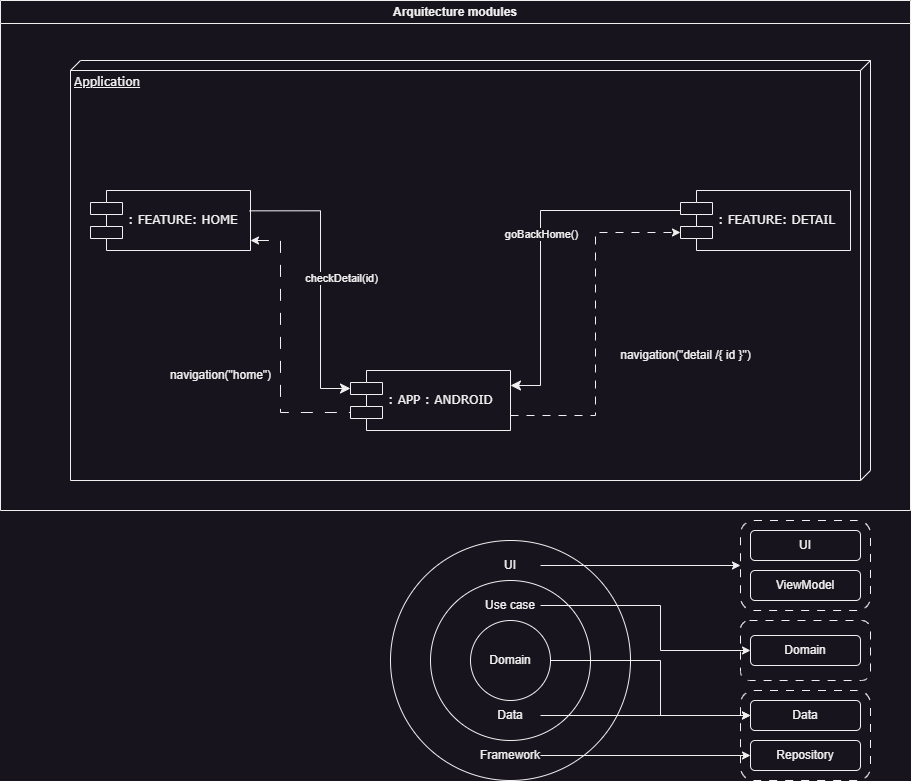
The draw.io diagram img_diagrams/DiagramaArquitectura.drawio.png in DavidCombita/VideoGames, before a commit. Source tidied: cells renumbered, new cells last; positions are measured from the earlier drawing's top-left corner, leaving out a move shared by most shapes. Its diagram source:
```xml
<mxGraphModel>
  <root>
    <mxCell id="0" />
    <mxCell id="1" parent="0" />
    <mxCell id="2" style="rounded=1;whiteSpace=wrap;html=1;dashed=1;dashPattern=8 8;" parent="1" vertex="1">
      <mxGeometry x="740" y="520" width="130" height="90" as="geometry" />
    </mxCell>
    <mxCell id="3" value="Domain" style="ellipse;whiteSpace=wrap;html=1;" parent="1" vertex="1">
      <mxGeometry x="390" y="540" width="240" height="240" as="geometry" />
    </mxCell>
    <mxCell id="4" value="Domain" style="ellipse;whiteSpace=wrap;html=1;" parent="1" vertex="1">
      <mxGeometry x="430" y="580" width="160" height="160" as="geometry" />
    </mxCell>
    <mxCell id="5" value="Application" style="verticalAlign=top;align=left;spacingTop=8;spacingLeft=2;spacingRight=12;shape=cube;size=10;direction=south;fontStyle=4;html=1;rounded=0;shadow=0;comic=0;labelBackgroundColor=none;strokeWidth=1;fontFamily=Verdana;fontSize=12;" parent="1" vertex="1">
      <mxGeometry x="70" y="60" width="800" height="420" as="geometry" />
    </mxCell>
    <mxCell id="6" value=": FEATURE: HOME" style="shape=component;align=left;spacingLeft=36;rounded=0;shadow=0;comic=0;labelBackgroundColor=none;strokeWidth=1;fontFamily=Verdana;fontSize=12;html=1;" parent="1" vertex="1">
      <mxGeometry x="90" y="190" width="160" height="60" as="geometry" />
    </mxCell>
    <mxCell id="7" style="edgeStyle=orthogonalEdgeStyle;rounded=0;html=1;labelBackgroundColor=none;startArrow=classic;startFill=1;startSize=8;endArrow=none;endFill=0;endSize=16;fontFamily=Verdana;fontSize=12;exitX=0;exitY=0.3;exitDx=0;exitDy=0;entryX=0.994;entryY=0.339;entryDx=0;entryDy=0;entryPerimeter=0;" parent="1" edge="1" source="12" target="6">
      <mxGeometry relative="1" as="geometry">
        <Array as="points">
          <mxPoint x="320" y="388" />
          <mxPoint x="320" y="210" />
        </Array>
      </mxGeometry>
    </mxCell>
    <mxCell id="8" value="checkDetail(id)" style="edgeLabel;html=1;align=center;verticalAlign=middle;" parent="7" vertex="1">
      <mxGeometry x="0.05" y="1" relative="1" as="geometry">
        <mxPoint x="21" y="5" as="offset" />
      </mxGeometry>
    </mxCell>
    <mxCell id="9" style="edgeStyle=orthogonalEdgeStyle;rounded=0;jettySize=auto;html=1;entryX=0;entryY=0.7;entryDx=0;entryDy=0;endArrow=none;endFill=0;startArrow=classic;startFill=1;dashed=1;dashPattern=12 12;" parent="1" edge="1" target="12">
      <mxGeometry relative="1" as="geometry">
        <mxPoint x="250" y="240" as="sourcePoint" />
        <Array as="points">
          <mxPoint x="250" y="240" />
          <mxPoint x="280" y="240" />
          <mxPoint x="280" y="412" />
        </Array>
      </mxGeometry>
    </mxCell>
    <mxCell id="10" value="navigation(&quot;home&quot;)" style="text;html=1;align=center;verticalAlign=middle;strokeColor=none;fillColor=none;" parent="1" vertex="1">
      <mxGeometry x="160" y="360" width="120" height="30" as="geometry" />
    </mxCell>
    <mxCell id="11" value="Arquitecture modules" style="swimlane;whiteSpace=wrap;html=1;" parent="1" vertex="1">
      <mxGeometry width="910" height="510" as="geometry" />
    </mxCell>
    <mxCell id="12" value=": APP : ANDROID" style="shape=component;align=left;spacingLeft=36;rounded=0;shadow=0;comic=0;labelBackgroundColor=none;strokeWidth=1;fontFamily=Verdana;fontSize=12;html=1;" parent="11" vertex="1">
      <mxGeometry x="350" y="370" width="160" height="60" as="geometry" />
    </mxCell>
    <mxCell id="13" value=": FEATURE: DETAIL" style="shape=component;align=left;spacingLeft=36;rounded=0;shadow=0;comic=0;labelBackgroundColor=none;strokeWidth=1;fontFamily=Verdana;fontSize=12;html=1;" parent="11" vertex="1">
      <mxGeometry x="680" y="190" width="170" height="60" as="geometry" />
    </mxCell>
    <mxCell id="14" style="edgeStyle=orthogonalEdgeStyle;rounded=0;html=1;labelBackgroundColor=none;startArrow=classic;startFill=1;startSize=8;endArrow=none;endFill=0;endSize=16;fontFamily=Verdana;fontSize=12;exitX=1;exitY=0.25;exitDx=0;exitDy=0;entryX=0;entryY=0.3;entryDx=0;entryDy=0;" parent="11" edge="1" source="12" target="13">
      <mxGeometry relative="1" as="geometry">
        <Array as="points">
          <mxPoint x="540" y="385" />
          <mxPoint x="540" y="210" />
          <mxPoint x="680" y="210" />
        </Array>
      </mxGeometry>
    </mxCell>
    <mxCell id="15" value="goBackHome()" style="edgeLabel;html=1;align=center;verticalAlign=middle;" parent="14" vertex="1">
      <mxGeometry x="0.05" relative="1" as="geometry" />
    </mxCell>
    <mxCell id="16" value="navigation(&quot;detail /{ id }&quot;)" style="text;html=1;align=center;verticalAlign=middle;strokeColor=none;fillColor=none;" parent="11" vertex="1">
      <mxGeometry x="610" y="340" width="150" height="30" as="geometry" />
    </mxCell>
    <mxCell id="17" style="edgeStyle=orthogonalEdgeStyle;rounded=0;jettySize=auto;html=1;entryX=0;entryY=0.7;entryDx=0;entryDy=0;dashed=1;dashPattern=8 8;exitX=1;exitY=0.75;exitDx=0;exitDy=0;" parent="11" edge="1" source="12" target="13">
      <mxGeometry relative="1" as="geometry" />
    </mxCell>
    <mxCell id="18" value="Domain" style="ellipse;whiteSpace=wrap;html=1;" parent="1" vertex="1">
      <mxGeometry x="470" y="620" width="80" height="80" as="geometry" />
    </mxCell>
    <mxCell id="19" value="Use case" style="text;html=1;strokeColor=none;fillColor=none;align=center;verticalAlign=middle;whiteSpace=wrap;rounded=0;" parent="1" vertex="1">
      <mxGeometry x="480" y="590" width="60" height="30" as="geometry" />
    </mxCell>
    <mxCell id="20" value="Data" style="text;html=1;strokeColor=none;fillColor=none;align=center;verticalAlign=middle;whiteSpace=wrap;rounded=0;" parent="1" vertex="1">
      <mxGeometry x="480" y="700" width="60" height="30" as="geometry" />
    </mxCell>
    <mxCell id="21" value="UI" style="text;html=1;strokeColor=none;fillColor=none;align=center;verticalAlign=middle;whiteSpace=wrap;rounded=0;" parent="1" vertex="1">
      <mxGeometry x="480" y="550" width="60" height="30" as="geometry" />
    </mxCell>
    <mxCell id="22" value="Framework" style="text;html=1;strokeColor=none;fillColor=none;align=center;verticalAlign=middle;whiteSpace=wrap;rounded=0;" parent="1" vertex="1">
      <mxGeometry x="480" y="740" width="60" height="30" as="geometry" />
    </mxCell>
    <mxCell id="23" value="UI" style="rounded=1;whiteSpace=wrap;html=1;" parent="1" vertex="1">
      <mxGeometry x="750" y="530" width="110" height="30" as="geometry" />
    </mxCell>
    <mxCell id="24" value="ViewModel" style="rounded=1;whiteSpace=wrap;html=1;" parent="1" vertex="1">
      <mxGeometry x="750" y="570" width="110" height="30" as="geometry" />
    </mxCell>
    <mxCell id="25" style="endArrow=classic;html=1;rounded=0;exitX=1;exitY=0.5;exitDx=0;exitDy=0;entryX=0;entryY=0.5;entryDx=0;entryDy=0;" parent="1" edge="1" source="21" target="2">
      <mxGeometry relative="1" as="geometry" />
    </mxCell>
    <mxCell id="26" style="rounded=1;whiteSpace=wrap;html=1;dashed=1;dashPattern=8 8;" parent="1" vertex="1">
      <mxGeometry x="740" y="620" width="130" height="60" as="geometry" />
    </mxCell>
    <mxCell id="27" value="Domain" style="rounded=1;whiteSpace=wrap;html=1;" parent="1" vertex="1">
      <mxGeometry x="750" y="635" width="110" height="30" as="geometry" />
    </mxCell>
    <mxCell id="28" style="rounded=1;whiteSpace=wrap;html=1;dashed=1;dashPattern=8 8;" parent="1" vertex="1">
      <mxGeometry x="740" y="690" width="130" height="90" as="geometry" />
    </mxCell>
    <mxCell id="29" value="Repository" style="rounded=1;whiteSpace=wrap;html=1;" parent="1" vertex="1">
      <mxGeometry x="750" y="740" width="110" height="30" as="geometry" />
    </mxCell>
    <mxCell id="30" value="Data" style="rounded=1;whiteSpace=wrap;html=1;" parent="1" vertex="1">
      <mxGeometry x="750" y="700" width="110" height="30" as="geometry" />
    </mxCell>
    <mxCell id="31" style="edgeStyle=orthogonalEdgeStyle;rounded=0;jettySize=auto;html=1;entryX=0;entryY=0.5;entryDx=0;entryDy=0;" parent="1" edge="1" source="20" target="30">
      <mxGeometry relative="1" as="geometry" />
    </mxCell>
    <mxCell id="32" style="edgeStyle=orthogonalEdgeStyle;rounded=0;jettySize=auto;html=1;entryX=0;entryY=0.5;entryDx=0;entryDy=0;" parent="1" edge="1" source="19" target="27">
      <mxGeometry relative="1" as="geometry">
        <Array as="points">
          <mxPoint x="660" y="605" />
          <mxPoint x="660" y="650" />
        </Array>
      </mxGeometry>
    </mxCell>
    <mxCell id="33" style="edgeStyle=orthogonalEdgeStyle;rounded=0;jettySize=auto;html=1;" parent="1" edge="1" source="22" target="29">
      <mxGeometry relative="1" as="geometry" />
    </mxCell>
    <mxCell id="34" style="edgeStyle=orthogonalEdgeStyle;rounded=0;jettySize=auto;html=1;entryX=0;entryY=0.5;entryDx=0;entryDy=0;exitX=1;exitY=0.5;exitDx=0;exitDy=0;" parent="1" edge="1" source="18" target="30">
      <mxGeometry relative="1" as="geometry">
        <Array as="points">
          <mxPoint x="660" y="660" />
          <mxPoint x="660" y="715" />
        </Array>
      </mxGeometry>
    </mxCell>
  </root>
</mxGraphModel>
```
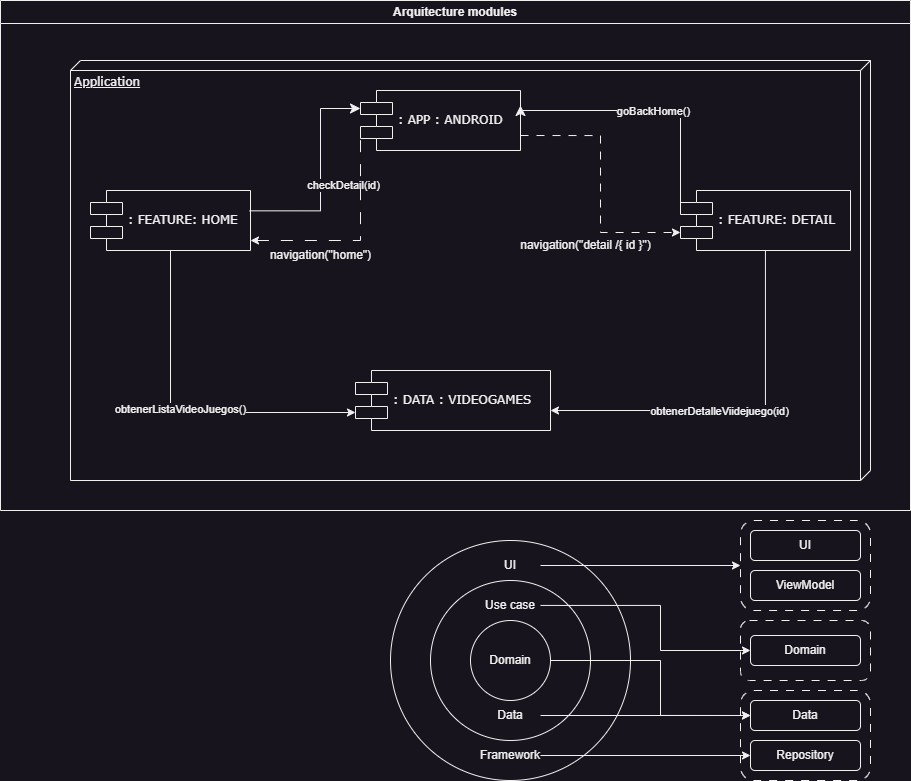
The same file after the commit.

Commit message:
actualización diagrama

se actualiza diagrama de arquitectura

Diff of the diagram source:
```diff
@@ -14,13 +14,23 @@
     <mxCell id="5" value="Application" style="verticalAlign=top;align=left;spacingTop=8;spacingLeft=2;spacingRight=12;shape=cube;size=10;direction=south;fontStyle=4;html=1;rounded=0;shadow=0;comic=0;labelBackgroundColor=none;strokeWidth=1;fontFamily=Verdana;fontSize=12;" parent="1" vertex="1">
       <mxGeometry x="70" y="60" width="800" height="420" as="geometry" />
     </mxCell>
+    <mxCell id="35" style="edgeStyle=orthogonalEdgeStyle;rounded=0;jettySize=auto;html=1;entryX=0;entryY=0.7;entryDx=0;entryDy=0;" parent="1" edge="1" source="6" target="37">
+      <mxGeometry relative="1" as="geometry">
+        <Array as="points">
+          <mxPoint x="170" y="412" />
+        </Array>
+      </mxGeometry>
+    </mxCell>
+    <mxCell id="36" value="obtenerListaVideoJuegos()" style="edgeLabel;html=1;align=center;verticalAlign=middle;" parent="35" vertex="1">
+      <mxGeometry x="-0.01" y="4" relative="1" as="geometry" />
+    </mxCell>
     <mxCell id="6" value=": FEATURE: HOME" style="shape=component;align=left;spacingLeft=36;rounded=0;shadow=0;comic=0;labelBackgroundColor=none;strokeWidth=1;fontFamily=Verdana;fontSize=12;html=1;" parent="1" vertex="1">
       <mxGeometry x="90" y="190" width="160" height="60" as="geometry" />
     </mxCell>
     <mxCell id="7" style="edgeStyle=orthogonalEdgeStyle;rounded=0;html=1;labelBackgroundColor=none;startArrow=classic;startFill=1;startSize=8;endArrow=none;endFill=0;endSize=16;fontFamily=Verdana;fontSize=12;exitX=0;exitY=0.3;exitDx=0;exitDy=0;entryX=0.994;entryY=0.339;entryDx=0;entryDy=0;entryPerimeter=0;" parent="1" edge="1" source="12" target="6">
       <mxGeometry relative="1" as="geometry">
         <Array as="points">
-          <mxPoint x="320" y="388" />
+          <mxPoint x="320" y="108" />
           <mxPoint x="320" y="210" />
         </Array>
       </mxGeometry>
@@ -34,20 +44,18 @@
       <mxGeometry relative="1" as="geometry">
         <mxPoint x="250" y="240" as="sourcePoint" />
         <Array as="points">
-          <mxPoint x="250" y="240" />
-          <mxPoint x="280" y="240" />
-          <mxPoint x="280" y="412" />
+          <mxPoint x="360" y="240" />
         </Array>
       </mxGeometry>
     </mxCell>
     <mxCell id="10" value="navigation(&quot;home&quot;)" style="text;html=1;align=center;verticalAlign=middle;strokeColor=none;fillColor=none;" parent="1" vertex="1">
-      <mxGeometry x="160" y="360" width="120" height="30" as="geometry" />
+      <mxGeometry x="260" y="240" width="120" height="30" as="geometry" />
     </mxCell>
     <mxCell id="11" value="Arquitecture modules" style="swimlane;whiteSpace=wrap;html=1;" parent="1" vertex="1">
       <mxGeometry width="910" height="510" as="geometry" />
     </mxCell>
     <mxCell id="12" value=": APP : ANDROID" style="shape=component;align=left;spacingLeft=36;rounded=0;shadow=0;comic=0;labelBackgroundColor=none;strokeWidth=1;fontFamily=Verdana;fontSize=12;html=1;" parent="11" vertex="1">
-      <mxGeometry x="350" y="370" width="160" height="60" as="geometry" />
+      <mxGeometry x="360" y="90" width="160" height="60" as="geometry" />
     </mxCell>
     <mxCell id="13" value=": FEATURE: DETAIL" style="shape=component;align=left;spacingLeft=36;rounded=0;shadow=0;comic=0;labelBackgroundColor=none;strokeWidth=1;fontFamily=Verdana;fontSize=12;html=1;" parent="11" vertex="1">
       <mxGeometry x="680" y="190" width="170" height="60" as="geometry" />
@@ -55,9 +63,8 @@
     <mxCell id="14" style="edgeStyle=orthogonalEdgeStyle;rounded=0;html=1;labelBackgroundColor=none;startArrow=classic;startFill=1;startSize=8;endArrow=none;endFill=0;endSize=16;fontFamily=Verdana;fontSize=12;exitX=1;exitY=0.25;exitDx=0;exitDy=0;entryX=0;entryY=0.3;entryDx=0;entryDy=0;" parent="11" edge="1" source="12" target="13">
       <mxGeometry relative="1" as="geometry">
         <Array as="points">
-          <mxPoint x="540" y="385" />
-          <mxPoint x="540" y="210" />
-          <mxPoint x="680" y="210" />
+          <mxPoint x="520" y="110" />
+          <mxPoint x="680" y="110" />
         </Array>
       </mxGeometry>
     </mxCell>
@@ -65,7 +72,7 @@
       <mxGeometry x="0.05" relative="1" as="geometry" />
     </mxCell>
     <mxCell id="16" value="navigation(&quot;detail /{ id }&quot;)" style="text;html=1;align=center;verticalAlign=middle;strokeColor=none;fillColor=none;" parent="11" vertex="1">
-      <mxGeometry x="610" y="340" width="150" height="30" as="geometry" />
+      <mxGeometry x="510" y="230" width="150" height="30" as="geometry" />
     </mxCell>
     <mxCell id="17" style="edgeStyle=orthogonalEdgeStyle;rounded=0;jettySize=auto;html=1;entryX=0;entryY=0.7;entryDx=0;entryDy=0;dashed=1;dashPattern=8 8;exitX=1;exitY=0.75;exitDx=0;exitDy=0;" parent="11" edge="1" source="12" target="13">
       <mxGeometry relative="1" as="geometry" />
@@ -131,5 +138,22 @@
         </Array>
       </mxGeometry>
     </mxCell>
+    <mxCell id="37" value=": DATA : VIDEOGAMES" style="shape=component;align=left;spacingLeft=36;rounded=0;shadow=0;comic=0;labelBackgroundColor=none;strokeWidth=1;fontFamily=Verdana;fontSize=12;html=1;" parent="1" vertex="1">
+      <mxGeometry x="355" y="370" width="195" height="60" as="geometry" />
+    </mxCell>
+    <mxCell id="38" style="edgeStyle=orthogonalEdgeStyle;rounded=0;jettySize=auto;html=1;" parent="1" edge="1" source="13">
+      <mxGeometry relative="1" as="geometry">
+        <mxPoint x="550" y="410" as="targetPoint" />
+        <Array as="points">
+          <mxPoint x="765" y="410" />
+          <mxPoint x="550" y="410" />
+        </Array>
+      </mxGeometry>
+    </mxCell>
+    <mxCell id="39" value="obtenerDetalleViidejuego(id)" style="edgeLabel;html=1;align=center;verticalAlign=middle;" parent="38" vertex="1">
+      <mxGeometry x="0.1" relative="1" as="geometry">
+        <mxPoint x="-1" as="offset" />
+      </mxGeometry>
+    </mxCell>
   </root>
 </mxGraphModel>
```
